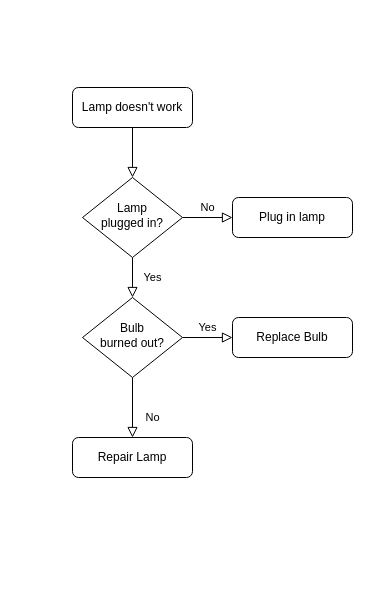
Above: Untitled Diagram.drawio in msaksanen/md-nd1-59-22-hw-dotnet-NemtsovML (draw.io), before the change. Source tidied: cells renumbered, new cells numbered last; positions are measured from the earlier drawing's top-left corner, leaving out a move shared by most shapes. Both pictures are drawn from the tidied source at 100%, with x=0, y=0 at pixel (72, 87).
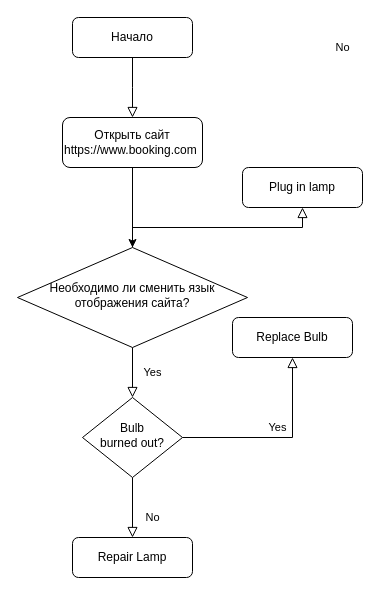
Above is the later version.

Change to the diagram source:
```diff
@@
 <mxGraphModel>
   <root>
     <mxCell id="0" />
     <mxCell id="1" parent="0" />
-    <mxCell id="2" style="rounded=0;html=1;jettySize=auto;fontSize=11;endArrow=block;endFill=0;endSize=8;strokeWidth=1;shadow=0;labelBackgroundColor=none;edgeStyle=orthogonalEdgeStyle;" parent="1" edge="1" source="3" target="6">
-      <mxGeometry relative="1" as="geometry" />
+    <mxCell id="2" style="rounded=0;html=1;jettySize=auto;fontSize=11;endArrow=block;endFill=0;endSize=8;strokeWidth=1;shadow=0;labelBackgroundColor=none;edgeStyle=orthogonalEdgeStyle;" parent="1" edge="1" source="3">
+      <mxGeometry relative="1" as="geometry">
+        <mxPoint x="60" y="30" as="targetPoint" />
+      </mxGeometry>
     </mxCell>
-    <mxCell id="3" value="Lamp doesn't work" style="rounded=1;whiteSpace=wrap;html=1;fontSize=12;glass=0;strokeWidth=1;shadow=0;" parent="1" vertex="1">
-      <mxGeometry width="120" height="40" as="geometry" />
+    <mxCell id="3" value="Начало" style="rounded=1;whiteSpace=wrap;html=1;fontSize=12;glass=0;strokeWidth=1;shadow=0;" parent="1" vertex="1">
+      <mxGeometry y="-70" width="120" height="40" as="geometry" />
     </mxCell>
     <mxCell id="4" value="Yes" style="rounded=0;html=1;jettySize=auto;fontSize=11;endArrow=block;endFill=0;endSize=8;strokeWidth=1;shadow=0;labelBackgroundColor=none;edgeStyle=orthogonalEdgeStyle;" parent="1" edge="1" source="6" target="10">
       <mxGeometry y="20" relative="1" as="geometry" />
     </mxCell>
     <mxCell id="5" value="No" style="edgeStyle=orthogonalEdgeStyle;rounded=0;html=1;jettySize=auto;fontSize=11;endArrow=block;endFill=0;endSize=8;strokeWidth=1;shadow=0;labelBackgroundColor=none;" parent="1" edge="1" source="6" target="7">
-      <mxGeometry y="10" relative="1" as="geometry" />
+      <mxGeometry x="1" y="-165" relative="1" as="geometry">
+        <mxPoint x="-125" y="-160" as="offset" />
+      </mxGeometry>
     </mxCell>
-    <mxCell id="6" value="Lamp&lt;br&gt;plugged in?" style="rhombus;whiteSpace=wrap;html=1;shadow=0;fontFamily=Helvetica;fontSize=12;align=center;strokeWidth=1;spacing=6;spacingTop=-4;" parent="1" vertex="1">
-      <mxGeometry x="10" y="90" width="100" height="80" as="geometry" />
+    <mxCell id="6" value="Необходимо ли сменить язык отображения сайта?" style="rhombus;whiteSpace=wrap;html=1;shadow=0;fontFamily=Helvetica;fontSize=12;align=center;strokeWidth=1;spacing=6;spacingTop=-4;" parent="1" vertex="1">
+      <mxGeometry x="-55" y="160" width="230" height="100" as="geometry" />
     </mxCell>
     <mxCell id="7" value="Plug in lamp" style="rounded=1;whiteSpace=wrap;html=1;fontSize=12;glass=0;strokeWidth=1;shadow=0;" parent="1" vertex="1">
-      <mxGeometry x="160" y="110" width="120" height="40" as="geometry" />
+      <mxGeometry x="170" y="80" width="120" height="40" as="geometry" />
     </mxCell>
     <mxCell id="8" value="No" style="rounded=0;html=1;jettySize=auto;fontSize=11;endArrow=block;endFill=0;endSize=8;strokeWidth=1;shadow=0;labelBackgroundColor=none;edgeStyle=orthogonalEdgeStyle;" parent="1" edge="1" source="10" target="11">
       <mxGeometry x="0.33" y="20" relative="1" as="geometry" />
     </mxCell>
     <mxCell id="9" value="Yes" style="edgeStyle=orthogonalEdgeStyle;rounded=0;html=1;jettySize=auto;fontSize=11;endArrow=block;endFill=0;endSize=8;strokeWidth=1;shadow=0;labelBackgroundColor=none;" parent="1" edge="1" source="10" target="12">
       <mxGeometry y="10" relative="1" as="geometry" />
     </mxCell>
     <mxCell id="10" value="Bulb&lt;br&gt;burned out?" style="rhombus;whiteSpace=wrap;html=1;shadow=0;fontFamily=Helvetica;fontSize=12;align=center;strokeWidth=1;spacing=6;spacingTop=-4;" parent="1" vertex="1">
-      <mxGeometry x="10" y="210" width="100" height="80" as="geometry" />
+      <mxGeometry x="10" y="310" width="100" height="80" as="geometry" />
     </mxCell>
     <mxCell id="11" value="Repair Lamp" style="rounded=1;whiteSpace=wrap;html=1;fontSize=12;glass=0;strokeWidth=1;shadow=0;" parent="1" vertex="1">
-      <mxGeometry y="350" width="120" height="40" as="geometry" />
+      <mxGeometry y="450" width="120" height="40" as="geometry" />
     </mxCell>
     <mxCell id="12" value="Replace Bulb" style="rounded=1;whiteSpace=wrap;html=1;fontSize=12;glass=0;strokeWidth=1;shadow=0;" parent="1" vertex="1">
       <mxGeometry x="160" y="230" width="120" height="40" as="geometry" />
     </mxCell>
+    <mxCell id="13" style="edgeStyle=orthogonalEdgeStyle;rounded=0;jettySize=auto;html=1;entryX=0.5;entryY=0;entryDx=0;entryDy=0;" parent="1" edge="1" source="14" target="6">
+      <mxGeometry relative="1" as="geometry" />
+    </mxCell>
+    <mxCell id="14" value="Открыть сайт https://www.booking.com&amp;nbsp;" style="rounded=1;whiteSpace=wrap;html=1;" parent="1" vertex="1">
+      <mxGeometry x="-10" y="30" width="140" height="50" as="geometry" />
+    </mxCell>
   </root>
 </mxGraphModel>
```
